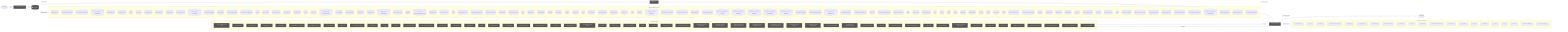
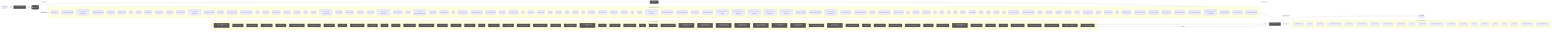
flowchart LR
  UserQ(["👤 User Query"])
  Embed["📐 Embedding Model"]
  VecDB[("📚 Vector Store")]
  Retriever["🔍 Retriever"]
  LLMNode["🧠 LLM / Generator"]
  Output(["✅ Response"])
  UserQ -->|query| Embed
  Embed -->|vector| VecDB
  VecDB -->|top-k chunks| Retriever
  Retriever -->|context + query| LLMNode
  LLMNode -->|generated answer| Output
  subgraph DetectedMemory["Detected memory stores"]
    det_detectedmemory_cli_dispatch_test_54c9f17b[("cli-dispatch.test")]
-     det_detectedmemory_pr_template_validator_test_569b1cef[("pr-template-validator.test")]
    det_detectedmemory_run_local_memory_preflight_36e92808[("run-local-memory-preflight")]
    det_detectedmemory_run_local_memory_preflight_test_1d7c5aa0[("run-local-memory-preflight.test")]
+     det_detectedmemory_pr_template_validator_test_569b1cef[("pr-template-validator.test")]
    det_detectedmemory_tooling_audit_test_d2aee28c[("tooling-audit.test")]
    det_detectedmemory_tooling_audit_core_328d6a41[("tooling-audit-core")]
    det_detectedmemory_search_24193290[("search")]
    det_detectedmemory_search_test_0c66bc11[("search.test")]
    det_detectedmemory_review_gate_test_000e2ed6[("review-gate.test")]
    det_detectedmemory_review_gate_core_4c8001f9[("review-gate-core")]
    det_detectedmemory_review_context_ca6cf81d[("review-context")]
    det_detectedmemory_review_context_test_89806d6c[("review-context.test")]
    det_detectedmemory_refresh_diagram_context_test_03bf21c4[("refresh-diagram-context.test")]
    det_detectedmemory_pattern_scope_siblings_43abe000[("pattern-scope-siblings")]
    det_detectedmemory_memory_gate_a577a506[("memory-gate")]
    det_detectedmemory_local_memory_preflight_dcc36c42[("local-memory-preflight")]
    det_detectedmemory_local_memory_preflight_test_5e323bbf[("local-memory-preflight.test")]
    det_detectedmemory_init_test_cbba76a6[("init.test")]
    det_detectedmemory_index_context_de3ed39d[("index-context")]
    det_detectedmemory_index_context_test_1949ea6f[("index-context.test")]
    det_detectedmemory_docs_gate_test_a25e972f[("docs-gate.test")]
    det_detectedmemory_docs_gate_core_eb9b6c18[("docs-gate-core")]
    det_detectedmemory_context_ea7792a2[("context")]
    det_detectedmemory_context_test_57aad306[("context.test")]
    det_detectedmemory_context_integrity_acceptance_test_59f961b1[("context-integrity-acceptance.test")]
    det_detectedmemory_context_health_80bb7da9[("context-health")]
    det_detectedmemory_context_health_test_3b5b87f3[("context-health.test")]
    det_detectedmemory_ci_migrate_test_2a015bb9[("ci-migrate.test")]
    det_detectedmemory_ci_migrate_core_7005b5af[("ci-migrate-core")]
    det_detectedmemory_check_diagram_freshness_test_c1dc40aa[("check-diagram-freshness.test")]
    det_detectedmemory_branch_protect_core_a8feb0fd[("branch-protect-core")]
    det_detectedmemory_brain_test_428d4d67[("brain.test")]
    det_detectedmemory_agent_first_throughput_integration_test_dc677cc4[("agent-first-throughput.integration.test")]
    det_detectedmemory_overload_guard_2748c559[("overload-guard")]
    det_detectedmemory_overload_guard_test_6ece9f86[("overload-guard.test")]
    det_detectedmemory_types_3_9675d69b[("types")]
    det_detectedmemory_suggestion_generator_0956f794[("suggestion-generator")]
    det_detectedmemory_suggestion_generator_test_f68e9892[("suggestion-generator.test")]
    det_detectedmemory_performance_overload_c685bfcf[("performance-overload")]
    det_detectedmemory_local_memory_0db17ecc[("local-memory")]
    det_detectedmemory_local_memory_smoke_1175abfc[("local-memory-smoke")]
    det_detectedmemory_types_8_f6283648[("types")]
    det_detectedmemory_claim_helpers_20dc8387[("claim-helpers")]
    det_detectedmemory_tooling_baseline_50ab2eeb[("tooling-baseline")]
    det_detectedmemory_classifier_fe1991a9[("classifier")]
    det_detectedmemory_classifier_test_3859cceb[("classifier.test")]
    det_detectedmemory_validator_1_0c0621d8[("validator")]
    det_detectedmemory_validator_test_1_c5015ca0[("validator.test")]
    det_detectedmemory_types_12_2b09659a[("types")]
    det_detectedmemory_metrics_tracker_98cec29c[("metrics-tracker")]
    det_detectedmemory_metrics_tracker_test_3de156fa[("metrics-tracker.test")]
    det_detectedmemory_branch_enforcer_acb749cd[("branch-enforcer")]
    det_detectedmemory_review_context_1_e3afed15[("review-context")]
    det_detectedmemory_index_2_10143590[("index")]
    det_detectedmemory_eval_seed_5699fd3e[("eval-seed")]
    det_detectedmemory_workflow_contract_scripts_test_681e2e3c[("workflow-contract-scripts.test")]
    det_detectedmemory_scaffold_workflow_template_92310587[("scaffold-workflow-template")]
    det_detectedmemory_scaffold_template_registry_b1cce2aa[("scaffold-template-registry")]
    det_detectedmemory_scaffold_surfaces_12d6494e[("scaffold-surfaces")]
    det_detectedmemory_scaffold_shell_templates_0ad0f915[("scaffold-shell-templates")]
    det_detectedmemory_scaffold_script_template_registry_69312d4e[("scaffold-script-template-registry")]
    det_detectedmemory_scaffold_script_template_registry_test_6a8ebefe[("scaffold-script-template-registry.test")]
    det_detectedmemory_scaffold_root_command_templates_404fed7f[("scaffold-root-command-templates")]
    det_detectedmemory_scaffold_root_command_templates_test_14596939[("scaffold-root-command-templates.test")]
    det_detectedmemory_scaffold_environment_templates_c1ceba6a[("scaffold-environment-templates")]
    det_detectedmemory_scaffold_doc_templates_f6152330[("scaffold-doc-templates")]
    det_detectedmemory_scaffold_diagram_templates_dd88e83c[("scaffold-diagram-templates")]
    det_detectedmemory_scaffold_diagram_templates_test_f3774c28[("scaffold-diagram-templates.test")]
    det_detectedmemory_project_brain_templates_7ef51530[("project-brain-templates")]
    det_detectedmemory_project_brain_templates_test_0b6509f2[("project-brain-templates.test")]
    det_detectedmemory_init_modes_c05ceb07[("init-modes")]
    det_detectedmemory_codex_preflight_symlink_test_037558db[("codex-preflight-symlink.test")]
    det_detectedmemory_harness_decision_test_7e5a4fe5[("harness-decision.test")]
    det_detectedmemory_types_18_37582e2a[("types")]
    det_detectedmemory_sync_contract_c79fa191[("sync-contract")]
    det_detectedmemory_sync_contract_test_5dc3165c[("sync-contract.test")]
    det_detectedmemory_store_824d80d7[("store")]
    det_detectedmemory_sources_1_e133d97d[("sources")]
    det_detectedmemory_rollout_a4fa034c[("rollout")]
    det_detectedmemory_ollama_76e3c7bf[("ollama")]
    det_detectedmemory_ollama_test_71f9750e[("ollama.test")]
    det_detectedmemory_lexical_fallback_723e2b3e[("lexical-fallback")]
    det_detectedmemory_init_error_5c7dd49f[("init-error")]
    det_detectedmemory_indexer_70fa78e5[("indexer")]
    det_detectedmemory_indexer_test_d492f0aa[("indexer.test")]
    det_detectedmemory_index_5_522f772a[("index")]
    det_detectedmemory_context_compact_policy_3dcaf95d[("context-compact-policy")]
    det_detectedmemory_context_compact_policy_test_da148267[("context-compact-policy.test")]
    det_detectedmemory_constants_7517017f[("constants")]
    det_detectedmemory_constants_test_5492ae98[("constants.test")]
    det_detectedmemory_validator_test_5_2bb3219d[("validator.test")]
    det_detectedmemory_validator_core_1_1518647e[("validator-core")]
    det_detectedmemory_types_core_1_8bd0f8fd[("types-core")]
    det_detectedmemory_policy_validators_core_714a3fe7[("policy-validators-core")]
    det_detectedmemory_loader_test_03424671[("loader.test")]
    det_detectedmemory_json_schema_core_96d7e328[("json-schema-core")]
    det_detectedmemory_index_6_fc9e91e2[("index")]
    det_detectedmemory_harness_run_context_ac7c77a9[("harness-run-context")]
    det_detectedmemory_harness_run_context_test_c6937fed[("harness-run-context.test")]
    det_detectedmemory_command_registry_test_0cf92cba[("command-registry.test")]
    det_detectedmemory_branch_protect_sync_570adb18[("branch-protect-sync")]
    det_detectedmemory_module_boundaries_test_c0caf46b[("module-boundaries.test")]
    det_detectedmemory_review_gate_command_spec_3187376a[("review-gate-command-spec")]
    det_detectedmemory_local_memory_preflight_command_spec_9e23f3ce[("local-memory-preflight-command-spec")]
    det_detectedmemory_command_specs_test_7f693e85[("command-specs.test")]
    det_detectedmemory_command_specs_core_1c0ffc99[("command-specs-core")]
    det_detectedmemory_command_capability_rules_ca3f496a[("command-capability-rules")]
  end
  VecDB -. "implemented by" .-> DetectedMemory
  subgraph DetectedLLM["Detected LLM clients"]
    det_detectedllm_cli_dispatch_test_54c9f17b["cli-dispatch.test"]
    det_detectedllm_search_24193290["search"]
    det_detectedllm_search_test_0c66bc11["search.test"]
    det_detectedllm_remediate_runner_helpers_929fedcc["remediate-runner-helpers"]
    det_detectedllm_prompt_gate_c5e9d207["prompt-gate"]
    det_detectedllm_prompt_gate_test_1a442b27["prompt-gate.test"]
    det_detectedllm_index_context_de3ed39d["index-context"]
    det_detectedllm_index_context_test_1949ea6f["index-context.test"]
    det_detectedllm_contract_test_2262847f["contract.test"]
    det_detectedllm_context_ea7792a2["context"]
    det_detectedllm_context_test_57aad306["context.test"]
    det_detectedllm_check_environment_core_2c16213f["check-environment-core"]
    det_detectedllm_sensitive_text_7c11f760["sensitive-text"]
    det_detectedllm_sync_contract_c79fa191["sync-contract"]
    det_detectedllm_ollama_76e3c7bf["ollama"]
    det_detectedllm_ollama_test_71f9750e["ollama.test"]
    det_detectedllm_indexer_70fa78e5["indexer"]
    det_detectedllm_index_5_522f772a["index"]
    det_detectedllm_constants_7517017f["constants"]
    det_detectedllm_north_star_validators_cfc926ce["north-star-validators"]
    det_detectedllm_command_specs_core_1c0ffc99["command-specs-core"]
  end
  LLMNode -. "implemented by" .-> DetectedLLM
  subgraph DetectedTools["Agentic tool calls"]
    det_detectedtools_collect_observed_eval_usage_1724425c["🔧 collect-observed-eval-usage"]
    det_detectedtools_verify_work_test_0e12f6c5["🔧 verify-work.test"]
    det_detectedtools_review_gate_test_000e2ed6["🔧 review-gate.test"]
    det_detectedtools_review_gate_core_4c8001f9["🔧 review-gate-core"]
    det_detectedtools_remediate_test_6f59cafe["🔧 remediate.test"]
    det_detectedtools_remediate_runner_helpers_929fedcc["🔧 remediate-runner-helpers"]
    det_detectedtools_remediate_cli_output_cc165396["🔧 remediate-cli-output"]
    det_detectedtools_pr_closeout_test_1_be1a0df1["🔧 pr-closeout.test"]
    det_detectedtools_policy_gate_213f7313["🔧 policy-gate"]
    det_detectedtools_next_blocked_decisions_4140ad2b["🔧 next-blocked-decisions"]
    det_detectedtools_learnings_test_e45e0253["🔧 learnings.test"]
    det_detectedtools_init_test_cbba76a6["🔧 init.test"]
    det_detectedtools_doctor_test_e032e8b5["🔧 doctor.test"]
    det_detectedtools_doctor_tool_checks_4acac51a["🔧 doctor-tool-checks"]
    det_detectedtools_doctor_github_tool_checks_a53b0382["🔧 doctor-github-tool-checks"]
    det_detectedtools_doctor_checks_5a2eb2b9["🔧 doctor-checks"]
    det_detectedtools_docs_gate_test_a25e972f["🔧 docs-gate.test"]
    det_detectedtools_ci_migrate_core_7005b5af["🔧 ci-migrate-core"]
    det_detectedtools_types_1_4ecdf56e["🔧 types"]
    det_detectedtools_orchestrator_test_1_c291cde7["🔧 orchestrator.test"]
    det_detectedtools_tooling_baseline_50ab2eeb["🔧 tooling-baseline"]
    det_detectedtools_tooling_baseline_test_d272ddb6["🔧 tooling-baseline.test"]
    det_detectedtools_evaluation_engine_core_e054fe49["🔧 evaluation-engine-core"]
    det_detectedtools_normalise_test_73e8a615["🔧 normalise.test"]
    det_detectedtools_normalise_renderer_85f2e563["🔧 normalise-renderer"]
    det_detectedtools_normalise_he_phase_exit_test_1788efc4["🔧 normalise-he-phase-exit.test"]
    det_detectedtools_validator_1_0c0621d8["🔧 validator"]
    det_detectedtools_metrics_tracker_98cec29c["🔧 metrics-tracker"]
    det_detectedtools_metrics_tracker_test_3de156fa["🔧 metrics-tracker.test"]
    det_detectedtools_client_1_914e1681["🔧 client"]
    det_detectedtools_pr_creator_dc6b1ea4["🔧 pr-creator"]
-     det_detectedtools_closure_evidence_aaa31467["🔧 closure-evidence"]
    det_detectedtools_scaffold_shell_quality_test_79567d03["🔧 scaffold-shell-quality.test"]
    det_detectedtools_scaffold_release_private_npm_template_075499f8["🔧 scaffold-release-private-npm-template"]
    det_detectedtools_scaffold_github_actions_pr_pipeline_template_e2b85f62["🔧 scaffold-github-actions-pr-pipeline-template"]
    det_detectedtools_scaffold_github_actions_pr_pipeline_template_test_be464a7b["🔧 scaffold-github-actions-pr-pipeline-template.test"]
    det_detectedtools_scaffold_github_actions_pr_pipeline_renderer_1ee18de5["🔧 scaffold-github-actions-pr-pipeline-renderer"]
    det_detectedtools_scaffold_github_actions_pr_pipeline_renderer_test_2cc38272["🔧 scaffold-github-actions-pr-pipeline-renderer.test"]
    det_detectedtools_scaffold_environment_templates_c1ceba6a["🔧 scaffold-environment-templates"]
    det_detectedtools_scaffold_environment_templates_test_b31b6a0c["🔧 scaffold-environment-templates.test"]
    det_detectedtools_scaffold_config_templates_4b80ce53["🔧 scaffold-config-templates"]
    det_detectedtools_scaffold_codex_environment_templates_334fbbed["🔧 scaffold-codex-environment-templates"]
    det_detectedtools_scaffold_ci_templates_2afd6392["🔧 scaffold-ci-templates"]
    det_detectedtools_init_output_360dce91["🔧 init-output"]
+     det_detectedtools_closure_evidence_aaa31467["🔧 closure-evidence"]
    det_detectedtools_observed_skill_usage_ed7d5930["🔧 observed-skill-usage"]
    det_detectedtools_observed_skill_usage_test_311c215a["🔧 observed-skill-usage.test"]
    det_detectedtools_ralph_runtime_73d63c0e["🔧 ralph-runtime"]
    det_detectedtools_he_phase_exit_core_1148895b["🔧 he-phase-exit-core"]
    det_detectedtools_harness_closeout_gate_contracts_test_db1c74a7["🔧 harness-closeout-gate-contracts.test"]
    det_detectedtools_validator_helpers_7b927667["🔧 validator-helpers"]
    det_detectedtools_validator_core_1_1518647e["🔧 validator-core"]
    det_detectedtools_types_core_1_8bd0f8fd["🔧 types-core"]
    det_detectedtools_policy_validators_core_714a3fe7["🔧 policy-validators-core"]
    det_detectedtools_command_registry_test_0cf92cba["🔧 command-registry.test"]
    det_detectedtools_module_boundaries_test_c0caf46b["🔧 module-boundaries.test"]
    det_detectedtools_command_capability_rules_ca3f496a["🔧 command-capability-rules"]
    det_detectedtools_command_capabilities_a4d5c71e["🔧 command-capabilities"]
  end
  LLMNode -->|tool use| DetectedTools
  DetectedTools -->|result| LLMNode
  classDef memNode fill:#555,color:#fff
  class VecDB,Retriever memNode
  classDef llmNode fill:#555,color:#fff
  class LLMNode,Embed llmNode
  classDef toolNode fill:#555,color:#fff
-   class det_detectedtools_collect_observed_eval_usage_1724425c,det_detectedtools_verify_work_test_0e12f6c5,det_detectedtools_review_gate_test_000e2ed6,det_detectedtools_review_gate_core_4c8001f9,det_detectedtools_remediate_test_6f59cafe,det_detectedtools_remediate_runner_helpers_929fedcc,det_detectedtools_remediate_cli_output_cc165396,det_detectedtools_pr_closeout_test_1_be1a0df1,det_detectedtools_policy_gate_213f7313,det_detectedtools_next_blocked_decisions_4140ad2b,det_detectedtools_learnings_test_e45e0253,det_detectedtools_init_test_cbba76a6,det_detectedtools_doctor_test_e032e8b5,det_detectedtools_doctor_tool_checks_4acac51a,det_detectedtools_doctor_github_tool_checks_a53b0382,det_detectedtools_doctor_checks_5a2eb2b9,det_detectedtools_docs_gate_test_a25e972f,det_detectedtools_ci_migrate_core_7005b5af,det_detectedtools_types_1_4ecdf56e,det_detectedtools_orchestrator_test_1_c291cde7,det_detectedtools_tooling_baseline_50ab2eeb,det_detectedtools_tooling_baseline_test_d272ddb6,det_detectedtools_evaluation_engine_core_e054fe49,det_detectedtools_normalise_test_73e8a615,det_detectedtools_normalise_renderer_85f2e563,det_detectedtools_normalise_he_phase_exit_test_1788efc4,det_detectedtools_validator_1_0c0621d8,det_detectedtools_metrics_tracker_98cec29c,det_detectedtools_metrics_tracker_test_3de156fa,det_detectedtools_client_1_914e1681,det_detectedtools_pr_creator_dc6b1ea4,det_detectedtools_closure_evidence_aaa31467,det_detectedtools_scaffold_shell_quality_test_79567d03,det_detectedtools_scaffold_release_private_npm_template_075499f8,det_detectedtools_scaffold_github_actions_pr_pipeline_template_e2b85f62,det_detectedtools_scaffold_github_actions_pr_pipeline_template_test_be464a7b,det_detectedtools_scaffold_github_actions_pr_pipeline_renderer_1ee18de5,det_detectedtools_scaffold_github_actions_pr_pipeline_renderer_test_2cc38272,det_detectedtools_scaffold_environment_templates_c1ceba6a,det_detectedtools_scaffold_environment_templates_test_b31b6a0c,det_detectedtools_scaffold_config_templates_4b80ce53,det_detectedtools_scaffold_codex_environment_templates_334fbbed,det_detectedtools_scaffold_ci_templates_2afd6392,det_detectedtools_init_output_360dce91,det_detectedtools_observed_skill_usage_ed7d5930,det_detectedtools_observed_skill_usage_test_311c215a,det_detectedtools_ralph_runtime_73d63c0e,det_detectedtools_he_phase_exit_core_1148895b,det_detectedtools_harness_closeout_gate_contracts_test_db1c74a7,det_detectedtools_validator_helpers_7b927667,det_detectedtools_validator_core_1_1518647e,det_detectedtools_types_core_1_8bd0f8fd,det_detectedtools_policy_validators_core_714a3fe7,det_detectedtools_command_registry_test_0cf92cba,det_detectedtools_module_boundaries_test_c0caf46b,det_detectedtools_command_capability_rules_ca3f496a,det_detectedtools_command_capabilities_a4d5c71e toolNode
+   class det_detectedtools_collect_observed_eval_usage_1724425c,det_detectedtools_verify_work_test_0e12f6c5,det_detectedtools_review_gate_test_000e2ed6,det_detectedtools_review_gate_core_4c8001f9,det_detectedtools_remediate_test_6f59cafe,det_detectedtools_remediate_runner_helpers_929fedcc,det_detectedtools_remediate_cli_output_cc165396,det_detectedtools_pr_closeout_test_1_be1a0df1,det_detectedtools_policy_gate_213f7313,det_detectedtools_next_blocked_decisions_4140ad2b,det_detectedtools_learnings_test_e45e0253,det_detectedtools_init_test_cbba76a6,det_detectedtools_doctor_test_e032e8b5,det_detectedtools_doctor_tool_checks_4acac51a,det_detectedtools_doctor_github_tool_checks_a53b0382,det_detectedtools_doctor_checks_5a2eb2b9,det_detectedtools_docs_gate_test_a25e972f,det_detectedtools_ci_migrate_core_7005b5af,det_detectedtools_types_1_4ecdf56e,det_detectedtools_orchestrator_test_1_c291cde7,det_detectedtools_tooling_baseline_50ab2eeb,det_detectedtools_tooling_baseline_test_d272ddb6,det_detectedtools_evaluation_engine_core_e054fe49,det_detectedtools_normalise_test_73e8a615,det_detectedtools_normalise_renderer_85f2e563,det_detectedtools_normalise_he_phase_exit_test_1788efc4,det_detectedtools_validator_1_0c0621d8,det_detectedtools_metrics_tracker_98cec29c,det_detectedtools_metrics_tracker_test_3de156fa,det_detectedtools_client_1_914e1681,det_detectedtools_pr_creator_dc6b1ea4,det_detectedtools_scaffold_shell_quality_test_79567d03,det_detectedtools_scaffold_release_private_npm_template_075499f8,det_detectedtools_scaffold_github_actions_pr_pipeline_template_e2b85f62,det_detectedtools_scaffold_github_actions_pr_pipeline_template_test_be464a7b,det_detectedtools_scaffold_github_actions_pr_pipeline_renderer_1ee18de5,det_detectedtools_scaffold_github_actions_pr_pipeline_renderer_test_2cc38272,det_detectedtools_scaffold_environment_templates_c1ceba6a,det_detectedtools_scaffold_environment_templates_test_b31b6a0c,det_detectedtools_scaffold_config_templates_4b80ce53,det_detectedtools_scaffold_codex_environment_templates_334fbbed,det_detectedtools_scaffold_ci_templates_2afd6392,det_detectedtools_init_output_360dce91,det_detectedtools_closure_evidence_aaa31467,det_detectedtools_observed_skill_usage_ed7d5930,det_detectedtools_observed_skill_usage_test_311c215a,det_detectedtools_ralph_runtime_73d63c0e,det_detectedtools_he_phase_exit_core_1148895b,det_detectedtools_harness_closeout_gate_contracts_test_db1c74a7,det_detectedtools_validator_helpers_7b927667,det_detectedtools_validator_core_1_1518647e,det_detectedtools_types_core_1_8bd0f8fd,det_detectedtools_policy_validators_core_714a3fe7,det_detectedtools_command_registry_test_0cf92cba,det_detectedtools_module_boundaries_test_c0caf46b,det_detectedtools_command_capability_rules_ca3f496a,det_detectedtools_command_capabilities_a4d5c71e toolNode
